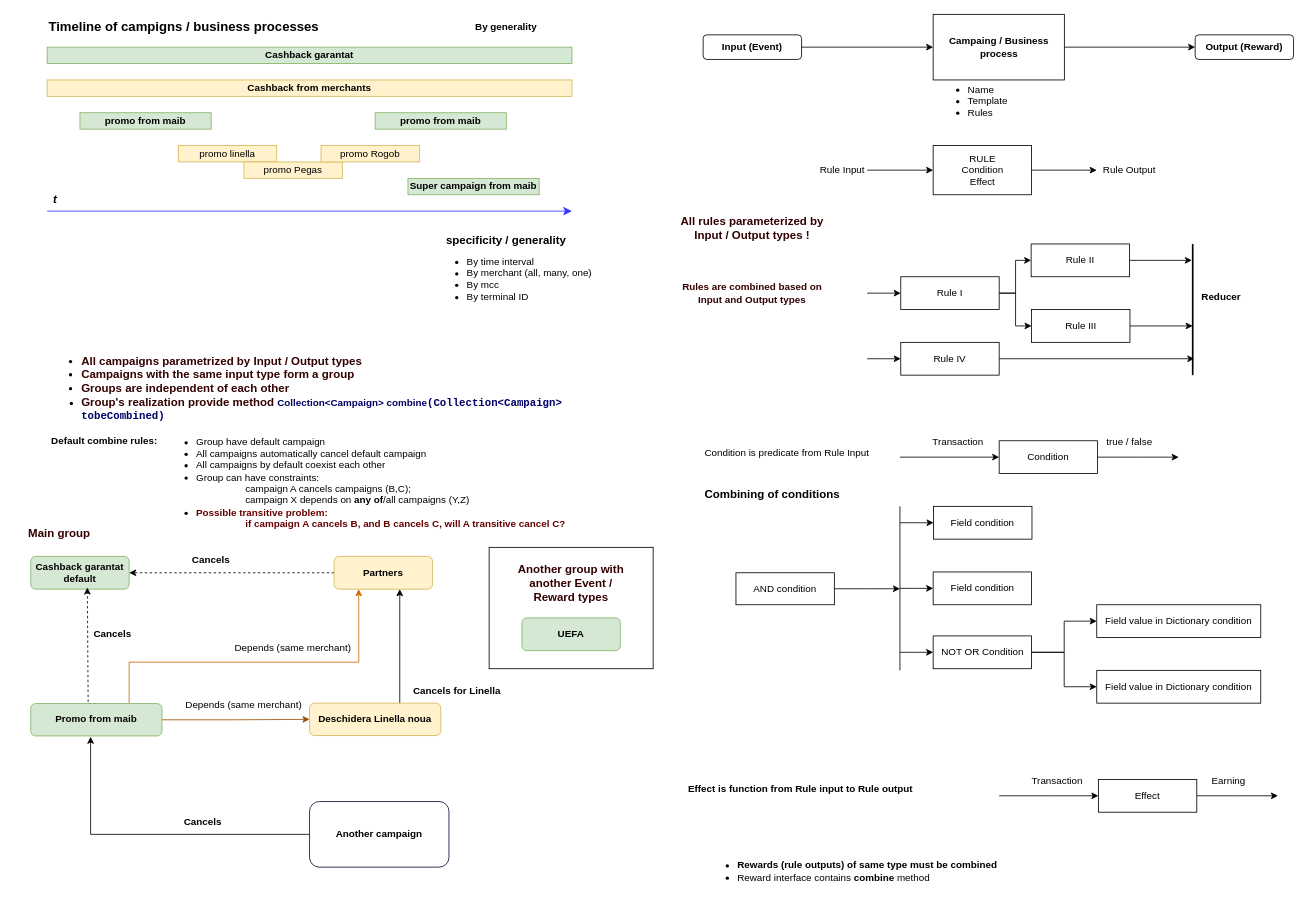
The draw.io diagram Диаграмма без названия.drawio in DemiusAcademius/diagrams, before the edit. Source tidied: cells renumbered, new cells numbered last; positions are measured from the earlier drawing's top-left corner, leaving out a move shared by most shapes. Both pictures are drawn from the tidied source at 82%, with x=0, y=0 at pixel (14, 14).
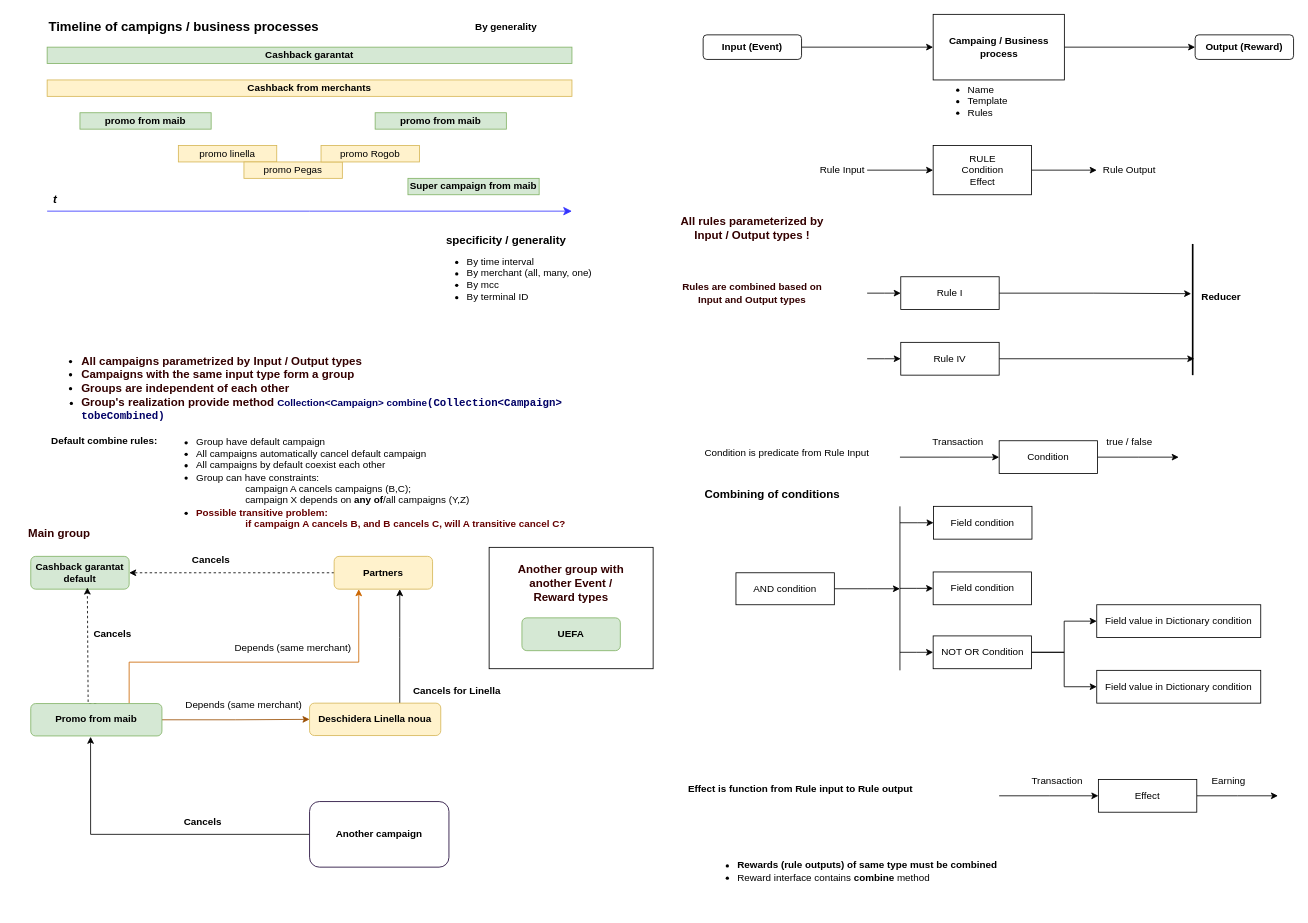
After the change.

Unchanged cells that the change refers to:
```xml
<mxCell id="53" value="Rule I" style="rounded=0;whiteSpace=wrap;html=1;" parent="1" vertex="1">
  <mxGeometry x="1081" y="320" width="120" height="40" as="geometry" />
</mxCell>
<mxCell id="91" style="line;strokeWidth=2;direction=south;html=1;" parent="1" vertex="1">
  <mxGeometry x="1432" y="280" width="10" height="160" as="geometry" />
</mxCell>
```

The edit, as a diff of the source:
```diff
@@
-    <mxCell id="51" style="edgeStyle=orthogonalEdgeStyle;rounded=0;jettySize=auto;html=1;entryX=0;entryY=0.5;entryDx=0;entryDy=0;" parent="1" edge="1" source="53" target="60">
-      <mxGeometry relative="1" as="geometry" />
-    </mxCell>
-    <mxCell id="52" style="edgeStyle=orthogonalEdgeStyle;rounded=0;jettySize=auto;html=1;" parent="1" edge="1" source="53" target="58">
-      <mxGeometry relative="1" as="geometry" />
-    </mxCell>
+    <mxCell id="93" style="edgeStyle=orthogonalEdgeStyle;rounded=0;jettySize=auto;html=1;entryX=0.379;entryY=0.686;entryDx=0;entryDy=0;entryPerimeter=0;" parent="1" edge="1" source="53" target="91">
+      <mxGeometry relative="1" as="geometry" />
+    </mxCell>
@@
-    <mxCell id="57" style="edgeStyle=orthogonalEdgeStyle;rounded=0;jettySize=auto;html=1;entryX=0.625;entryY=0.5;entryDx=0;entryDy=0;entryPerimeter=0;" parent="1" edge="1" source="58" target="91">
-      <mxGeometry relative="1" as="geometry" />
-    </mxCell>
-    <mxCell id="58" value="Rule III" style="rounded=0;whiteSpace=wrap;html=1;" parent="1" vertex="1">
-      <mxGeometry x="1240.5" y="360" width="120" height="40" as="geometry" />
-    </mxCell>
-    <mxCell id="59" style="edgeStyle=orthogonalEdgeStyle;rounded=0;jettySize=auto;html=1;entryX=0.125;entryY=0.6;entryDx=0;entryDy=0;entryPerimeter=0;" parent="1" edge="1" source="60" target="91">
-      <mxGeometry relative="1" as="geometry" />
-    </mxCell>
-    <mxCell id="60" value="Rule II" style="rounded=0;whiteSpace=wrap;html=1;" parent="1" vertex="1">
-      <mxGeometry x="1240" y="280" width="120" height="40" as="geometry" />
-    </mxCell>
```
